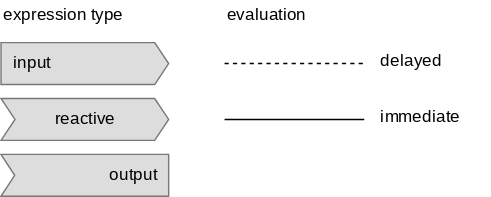
ijlyttle/reactivity-three-ways-book keeps this draw.io diagram as images/shiny-legend.svg. Above is the earlier version. Source tidied: cells renumbered, new cells last; positions are measured from the earlier drawing's top-left corner, leaving out a move shared by most shapes. Its diagram source:
```xml
<mxGraphModel>
  <root>
    <mxCell id="0" />
    <mxCell id="1" parent="0" />
    <mxCell id="2" value="output" style="html=1;shadow=0;dashed=0;align=right;verticalAlign=middle;shape=mxgraph.arrows2.arrow;dy=0;dx=0;notch=9.81;fontFamily=Roboto Mono;fontSource=https%3A%2F%2Ffonts.googleapis.com%2Fcss%3Ffamily%3DRoboto%2BMono;strokeColor=#777777;fillColor=#dddddd;rounded=1;spacingBottom=0;spacingRight=7;spacingLeft=7;" parent="1" vertex="1">
      <mxGeometry y="110" width="120" height="30" as="geometry" />
    </mxCell>
    <mxCell id="3" value="&lt;font face=&quot;Roboto Mono&quot;&gt;input&lt;/font&gt;" style="html=1;shadow=0;dashed=0;align=left;verticalAlign=middle;shape=mxgraph.arrows2.arrow;dy=0;dx=10;notch=0;rotation=0;fillColor=#dddddd;strokeColor=#777777;rounded=1;spacingLeft=7;spacingRight=7;" parent="1" vertex="1">
      <mxGeometry y="30" width="120" height="30" as="geometry" />
    </mxCell>
    <mxCell id="4" value="&lt;font face=&quot;Roboto Mono&quot;&gt;reactive&lt;br&gt;&lt;/font&gt;" style="html=1;shadow=0;dashed=0;align=center;verticalAlign=middle;shape=mxgraph.arrows2.arrow;dy=0;dx=10;notch=10;strokeColor=#777777;fillColor=#dddddd;rounded=1;spacingLeft=7;spacingRight=7;" parent="1" vertex="1">
      <mxGeometry y="70" width="120" height="30" as="geometry" />
    </mxCell>
    <mxCell id="5" style="edgeStyle=orthogonalEdgeStyle;rounded=1;orthogonalLoop=1;jettySize=auto;html=1;exitX=1;exitY=0.5;exitDx=0;exitDy=0;exitPerimeter=0;fontFamily=Roboto Mono;fontSource=https%3A%2F%2Ffonts.googleapis.com%2Fcss%3Ffamily%3DRoboto%2BMono;endArrow=none;endFill=0;dashed=1;" parent="1" edge="1">
      <mxGeometry relative="1" as="geometry">
        <mxPoint x="160" y="45" as="sourcePoint" />
        <mxPoint x="260" y="45" as="targetPoint" />
      </mxGeometry>
    </mxCell>
    <mxCell id="6" value="evaluation" style="text;html=1;align=left;verticalAlign=middle;strokeColor=none;fillColor=none;fontFamily=Roboto Mono;" parent="1" vertex="1">
      <mxGeometry x="160" width="85" height="20" as="geometry" />
    </mxCell>
    <mxCell id="7" style="edgeStyle=orthogonalEdgeStyle;rounded=1;orthogonalLoop=1;jettySize=auto;html=1;exitX=1;exitY=0.5;exitDx=0;exitDy=0;exitPerimeter=0;fontFamily=Roboto Mono;fontSource=https%3A%2F%2Ffonts.googleapis.com%2Fcss%3Ffamily%3DRoboto%2BMono;endArrow=none;endFill=0;" parent="1" edge="1">
      <mxGeometry relative="1" as="geometry">
        <mxPoint x="160" y="85" as="sourcePoint" />
        <mxPoint x="260" y="85" as="targetPoint" />
      </mxGeometry>
    </mxCell>
    <mxCell id="8" value="delayed" style="text;html=1;align=left;verticalAlign=middle;strokeColor=none;fillColor=none;fontFamily=Roboto Mono;" parent="1" vertex="1">
      <mxGeometry x="270" y="33" width="65" height="20" as="geometry" />
    </mxCell>
    <mxCell id="9" value="immediate" style="text;html=1;align=left;verticalAlign=middle;strokeColor=none;fillColor=none;fontFamily=Roboto Mono;" parent="1" vertex="1">
      <mxGeometry x="270" y="73" width="80" height="20" as="geometry" />
    </mxCell>
    <mxCell id="10" value="expression type" style="text;html=1;align=left;verticalAlign=middle;strokeColor=none;fillColor=none;fontFamily=Roboto Mono;" parent="1" vertex="1">
      <mxGeometry width="120" height="20" as="geometry" />
    </mxCell>
  </root>
</mxGraphModel>
```
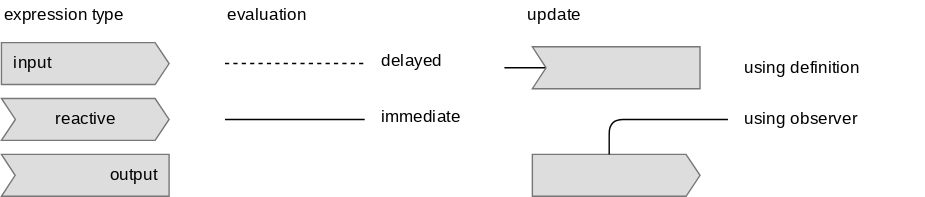
After the commit.

Commit message:
update principles, diagrams

What changed in the source:
```diff
@@ -35,5 +35,34 @@
     <mxCell id="10" value="expression type" style="text;html=1;align=left;verticalAlign=middle;strokeColor=none;fillColor=none;fontFamily=Roboto Mono;" parent="1" vertex="1">
       <mxGeometry width="120" height="20" as="geometry" />
     </mxCell>
+    <mxCell id="11" style="html=1;shadow=0;dashed=0;align=left;verticalAlign=middle;shape=mxgraph.arrows2.arrow;dy=0;dx=10;notch=0;rotation=0;fillColor=#dddddd;strokeColor=#777777;rounded=1;spacingLeft=7;spacingRight=7;" parent="1" vertex="1">
+      <mxGeometry x="380" y="110" width="120" height="30" as="geometry" />
+    </mxCell>
+    <mxCell id="12" style="edgeStyle=orthogonalEdgeStyle;rounded=1;jettySize=auto;html=1;fontFamily=Roboto Mono;fontSource=https%3A%2F%2Ffonts.googleapis.com%2Fcss%3Ffamily%3DRoboto%2BMono;endArrow=none;endFill=0;entryX=0;entryY=0;entryDx=55;entryDy=0;entryPerimeter=0;" parent="1" edge="1" target="11">
+      <mxGeometry relative="1" as="geometry">
+        <mxPoint x="520" y="85" as="sourcePoint" />
+        <Array as="points">
+          <mxPoint x="520" y="85" />
+          <mxPoint x="435" y="85" />
+        </Array>
+      </mxGeometry>
+    </mxCell>
+    <mxCell id="13" value="using observer" style="text;html=1;align=left;verticalAlign=middle;strokeColor=none;fillColor=none;fontFamily=Roboto Mono;" parent="1" vertex="1">
+      <mxGeometry x="530" y="75" width="115" height="20" as="geometry" />
+    </mxCell>
+    <mxCell id="14" style="edgeStyle=orthogonalEdgeStyle;curved=1;rounded=0;jettySize=auto;html=1;exitX=0;exitY=0.5;exitDx=9.81;exitDy=0;exitPerimeter=0;endArrow=none;endFill=0;" parent="1" edge="1" source="15">
+      <mxGeometry relative="1" as="geometry">
+        <mxPoint x="360" y="48" as="targetPoint" />
+      </mxGeometry>
+    </mxCell>
+    <mxCell id="15" style="html=1;shadow=0;dashed=0;align=right;verticalAlign=middle;shape=mxgraph.arrows2.arrow;dy=0;dx=0;notch=9.81;fontFamily=Roboto Mono;fontSource=https%3A%2F%2Ffonts.googleapis.com%2Fcss%3Ffamily%3DRoboto%2BMono;strokeColor=#777777;fillColor=#dddddd;rounded=1;spacingBottom=0;spacingRight=7;spacingLeft=7;" parent="1" vertex="1">
+      <mxGeometry x="380" y="33" width="120" height="30" as="geometry" />
+    </mxCell>
+    <mxCell id="16" value="using definition" style="text;html=1;align=left;verticalAlign=middle;strokeColor=none;fillColor=none;fontFamily=Roboto Mono;" parent="1" vertex="1">
+      <mxGeometry x="530" y="38" width="130" height="20" as="geometry" />
+    </mxCell>
+    <mxCell id="17" value="update" style="text;html=1;align=left;verticalAlign=middle;strokeColor=none;fillColor=none;fontFamily=Roboto Mono;" parent="1" vertex="1">
+      <mxGeometry x="375" width="55" height="20" as="geometry" />
+    </mxCell>
   </root>
 </mxGraphModel>
```
